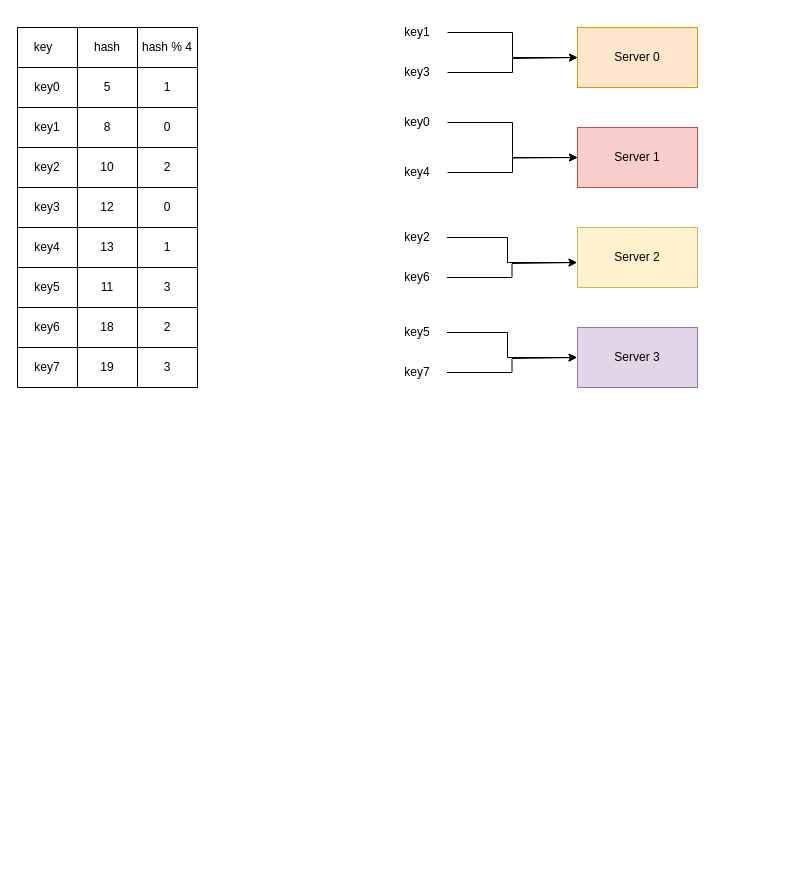
Before: basic_hashing.drawio in da0p/diagram-notes, a draw.io diagram. Source tidied: cells renumbered, new cells numbered last; positions are measured from the earlier drawing's top-left corner, leaving out a move shared by most shapes. Both pictures are drawn from the tidied source at 100%, with x=0, y=0 at pixel (17, 17).
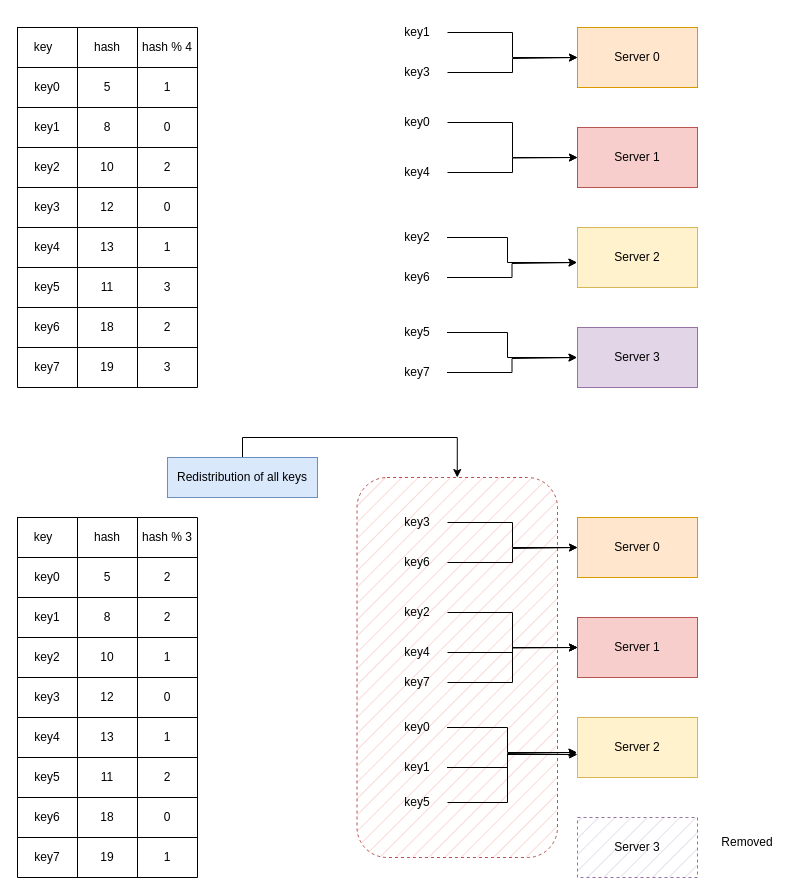
Above is the later version.

Diff of the diagram source:
```diff
@@
+    <mxCell id="59" style="rounded=1;whiteSpace=wrap;html=1;dashed=1;fillStyle=hatch;fillColor=#f8cecc;strokeColor=#b85450;" parent="1" vertex="1">
+      <mxGeometry x="339.5" y="460" width="200.5" height="380" as="geometry" />
+    </mxCell>
@@
+    <mxCell id="60" style="shape=table;startSize=0;childLayout=tableLayout;" parent="1" vertex="1">
+      <mxGeometry y="500" width="180" height="360" as="geometry" />
+    </mxCell>
+    <mxCell id="61" style="shape=tableRow;horizontal=0;startSize=0;swimlaneHead=0;swimlaneBody=0;strokeColor=inherit;top=0;left=0;bottom=0;right=0;fillColor=none;" parent="60" vertex="1">
+      <mxGeometry width="180" height="40" as="geometry" />
+    </mxCell>
+    <mxCell id="62" value="key&lt;span style=&quot;white-space: pre;&quot;&gt;&#9;&lt;/span&gt;" style="shape=partialRectangle;html=1;whiteSpace=wrap;strokeColor=inherit;overflow=hidden;fillColor=none;top=0;left=0;bottom=0;right=0;" parent="61" vertex="1">
+      <mxGeometry width="60" height="40" as="geometry" />
+    </mxCell>
+    <mxCell id="63" value="hash" style="shape=partialRectangle;html=1;whiteSpace=wrap;strokeColor=inherit;overflow=hidden;fillColor=none;top=0;left=0;bottom=0;right=0;" parent="61" vertex="1">
+      <mxGeometry x="60" width="60" height="40" as="geometry" />
+    </mxCell>
+    <mxCell id="64" value="hash % 3" style="shape=partialRectangle;html=1;whiteSpace=wrap;strokeColor=inherit;overflow=hidden;fillColor=none;top=0;left=0;bottom=0;right=0;" parent="61" vertex="1">
+      <mxGeometry x="120" width="60" height="40" as="geometry" />
+    </mxCell>
+    <mxCell id="65" style="shape=tableRow;horizontal=0;startSize=0;swimlaneHead=0;swimlaneBody=0;strokeColor=inherit;top=0;left=0;bottom=0;right=0;fillColor=none;" parent="60" vertex="1">
+      <mxGeometry y="40" width="180" height="40" as="geometry" />
+    </mxCell>
+    <mxCell id="66" value="key0" style="shape=partialRectangle;html=1;whiteSpace=wrap;strokeColor=inherit;overflow=hidden;fillColor=none;top=0;left=0;bottom=0;right=0;" parent="65" vertex="1">
+      <mxGeometry width="60" height="40" as="geometry" />
+    </mxCell>
+    <mxCell id="67" value="5" style="shape=partialRectangle;html=1;whiteSpace=wrap;strokeColor=inherit;overflow=hidden;fillColor=none;top=0;left=0;bottom=0;right=0;" parent="65" vertex="1">
+      <mxGeometry x="60" width="60" height="40" as="geometry" />
+    </mxCell>
+    <mxCell id="68" value="2" style="shape=partialRectangle;html=1;whiteSpace=wrap;strokeColor=inherit;overflow=hidden;fillColor=none;top=0;left=0;bottom=0;right=0;" parent="65" vertex="1">
+      <mxGeometry x="120" width="60" height="40" as="geometry" />
+    </mxCell>
+    <mxCell id="69" style="shape=tableRow;horizontal=0;startSize=0;swimlaneHead=0;swimlaneBody=0;strokeColor=inherit;top=0;left=0;bottom=0;right=0;fillColor=none;" parent="60" vertex="1">
+      <mxGeometry y="80" width="180" height="40" as="geometry" />
+    </mxCell>
+    <mxCell id="70" value="key1" style="shape=partialRectangle;html=1;whiteSpace=wrap;strokeColor=inherit;overflow=hidden;fillColor=none;top=0;left=0;bottom=0;right=0;" parent="69" vertex="1">
+      <mxGeometry width="60" height="40" as="geometry" />
+    </mxCell>
+    <mxCell id="71" value="8" style="shape=partialRectangle;html=1;whiteSpace=wrap;strokeColor=inherit;overflow=hidden;fillColor=none;top=0;left=0;bottom=0;right=0;" parent="69" vertex="1">
+      <mxGeometry x="60" width="60" height="40" as="geometry" />
+    </mxCell>
+    <mxCell id="72" value="2" style="shape=partialRectangle;html=1;whiteSpace=wrap;strokeColor=inherit;overflow=hidden;fillColor=none;top=0;left=0;bottom=0;right=0;" parent="69" vertex="1">
+      <mxGeometry x="120" width="60" height="40" as="geometry" />
+    </mxCell>
+    <mxCell id="73" style="shape=tableRow;horizontal=0;startSize=0;swimlaneHead=0;swimlaneBody=0;strokeColor=inherit;top=0;left=0;bottom=0;right=0;fillColor=none;" parent="60" vertex="1">
+      <mxGeometry y="120" width="180" height="40" as="geometry" />
+    </mxCell>
+    <mxCell id="74" value="key2" style="shape=partialRectangle;html=1;whiteSpace=wrap;strokeColor=inherit;overflow=hidden;fillColor=none;top=0;left=0;bottom=0;right=0;" parent="73" vertex="1">
+      <mxGeometry width="60" height="40" as="geometry" />
+    </mxCell>
+    <mxCell id="75" value="10" style="shape=partialRectangle;html=1;whiteSpace=wrap;strokeColor=inherit;overflow=hidden;fillColor=none;top=0;left=0;bottom=0;right=0;" parent="73" vertex="1">
+      <mxGeometry x="60" width="60" height="40" as="geometry" />
+    </mxCell>
+    <mxCell id="76" value="1" style="shape=partialRectangle;html=1;whiteSpace=wrap;strokeColor=inherit;overflow=hidden;fillColor=none;top=0;left=0;bottom=0;right=0;" parent="73" vertex="1">
+      <mxGeometry x="120" width="60" height="40" as="geometry" />
+    </mxCell>
+    <mxCell id="77" style="shape=tableRow;horizontal=0;startSize=0;swimlaneHead=0;swimlaneBody=0;strokeColor=inherit;top=0;left=0;bottom=0;right=0;fillColor=none;" parent="60" vertex="1">
+      <mxGeometry y="160" width="180" height="40" as="geometry" />
+    </mxCell>
+    <mxCell id="78" value="key3" style="shape=partialRectangle;html=1;whiteSpace=wrap;strokeColor=inherit;overflow=hidden;fillColor=none;top=0;left=0;bottom=0;right=0;" parent="77" vertex="1">
+      <mxGeometry width="60" height="40" as="geometry" />
+    </mxCell>
+    <mxCell id="79" value="12" style="shape=partialRectangle;html=1;whiteSpace=wrap;strokeColor=inherit;overflow=hidden;fillColor=none;top=0;left=0;bottom=0;right=0;" parent="77" vertex="1">
+      <mxGeometry x="60" width="60" height="40" as="geometry" />
+    </mxCell>
+    <mxCell id="80" value="0" style="shape=partialRectangle;html=1;whiteSpace=wrap;strokeColor=inherit;overflow=hidden;fillColor=none;top=0;left=0;bottom=0;right=0;" parent="77" vertex="1">
+      <mxGeometry x="120" width="60" height="40" as="geometry" />
+    </mxCell>
+    <mxCell id="81" style="shape=tableRow;horizontal=0;startSize=0;swimlaneHead=0;swimlaneBody=0;strokeColor=inherit;top=0;left=0;bottom=0;right=0;fillColor=none;" parent="60" vertex="1">
+      <mxGeometry y="200" width="180" height="40" as="geometry" />
+    </mxCell>
+    <mxCell id="82" value="key4" style="shape=partialRectangle;html=1;whiteSpace=wrap;strokeColor=inherit;overflow=hidden;fillColor=none;top=0;left=0;bottom=0;right=0;" parent="81" vertex="1">
+      <mxGeometry width="60" height="40" as="geometry" />
+    </mxCell>
+    <mxCell id="83" value="13" style="shape=partialRectangle;html=1;whiteSpace=wrap;strokeColor=inherit;overflow=hidden;fillColor=none;top=0;left=0;bottom=0;right=0;" parent="81" vertex="1">
+      <mxGeometry x="60" width="60" height="40" as="geometry" />
+    </mxCell>
+    <mxCell id="84" value="1" style="shape=partialRectangle;html=1;whiteSpace=wrap;strokeColor=inherit;overflow=hidden;fillColor=none;top=0;left=0;bottom=0;right=0;" parent="81" vertex="1">
+      <mxGeometry x="120" width="60" height="40" as="geometry" />
+    </mxCell>
+    <mxCell id="85" style="shape=tableRow;horizontal=0;startSize=0;swimlaneHead=0;swimlaneBody=0;strokeColor=inherit;top=0;left=0;bottom=0;right=0;fillColor=none;" parent="60" vertex="1">
+      <mxGeometry y="240" width="180" height="40" as="geometry" />
+    </mxCell>
+    <mxCell id="86" value="key5" style="shape=partialRectangle;html=1;whiteSpace=wrap;strokeColor=inherit;overflow=hidden;fillColor=none;top=0;left=0;bottom=0;right=0;" parent="85" vertex="1">
+      <mxGeometry width="60" height="40" as="geometry" />
+    </mxCell>
+    <mxCell id="87" value="11" style="shape=partialRectangle;html=1;whiteSpace=wrap;strokeColor=inherit;overflow=hidden;fillColor=none;top=0;left=0;bottom=0;right=0;" parent="85" vertex="1">
+      <mxGeometry x="60" width="60" height="40" as="geometry" />
+    </mxCell>
+    <mxCell id="88" value="2" style="shape=partialRectangle;html=1;whiteSpace=wrap;strokeColor=inherit;overflow=hidden;fillColor=none;top=0;left=0;bottom=0;right=0;" parent="85" vertex="1">
+      <mxGeometry x="120" width="60" height="40" as="geometry" />
+    </mxCell>
+    <mxCell id="89" style="shape=tableRow;horizontal=0;startSize=0;swimlaneHead=0;swimlaneBody=0;strokeColor=inherit;top=0;left=0;bottom=0;right=0;fillColor=none;" parent="60" vertex="1">
+      <mxGeometry y="280" width="180" height="40" as="geometry" />
+    </mxCell>
+    <mxCell id="90" value="key6" style="shape=partialRectangle;html=1;whiteSpace=wrap;strokeColor=inherit;overflow=hidden;fillColor=none;top=0;left=0;bottom=0;right=0;" parent="89" vertex="1">
+      <mxGeometry width="60" height="40" as="geometry" />
+    </mxCell>
+    <mxCell id="91" value="18" style="shape=partialRectangle;html=1;whiteSpace=wrap;strokeColor=inherit;overflow=hidden;fillColor=none;top=0;left=0;bottom=0;right=0;" parent="89" vertex="1">
+      <mxGeometry x="60" width="60" height="40" as="geometry" />
+    </mxCell>
+    <mxCell id="92" value="0" style="shape=partialRectangle;html=1;whiteSpace=wrap;strokeColor=inherit;overflow=hidden;fillColor=none;top=0;left=0;bottom=0;right=0;" parent="89" vertex="1">
+      <mxGeometry x="120" width="60" height="40" as="geometry" />
+    </mxCell>
+    <mxCell id="93" style="shape=tableRow;horizontal=0;startSize=0;swimlaneHead=0;swimlaneBody=0;strokeColor=inherit;top=0;left=0;bottom=0;right=0;fillColor=none;" parent="60" vertex="1">
+      <mxGeometry y="320" width="180" height="40" as="geometry" />
+    </mxCell>
+    <mxCell id="94" value="key7" style="shape=partialRectangle;html=1;whiteSpace=wrap;strokeColor=inherit;overflow=hidden;fillColor=none;top=0;left=0;bottom=0;right=0;" parent="93" vertex="1">
+      <mxGeometry width="60" height="40" as="geometry" />
+    </mxCell>
+    <mxCell id="95" value="19" style="shape=partialRectangle;html=1;whiteSpace=wrap;strokeColor=inherit;overflow=hidden;fillColor=none;top=0;left=0;bottom=0;right=0;" parent="93" vertex="1">
+      <mxGeometry x="60" width="60" height="40" as="geometry" />
+    </mxCell>
+    <mxCell id="96" value="1" style="shape=partialRectangle;html=1;whiteSpace=wrap;strokeColor=inherit;overflow=hidden;fillColor=none;top=0;left=0;bottom=0;right=0;" parent="93" vertex="1">
+      <mxGeometry x="120" width="60" height="40" as="geometry" />
+    </mxCell>
+    <mxCell id="97" value="Server 0" style="rounded=0;whiteSpace=wrap;html=1;fillColor=#ffe6cc;strokeColor=#d79b00;" parent="1" vertex="1">
+      <mxGeometry x="560" y="500" width="120" height="60" as="geometry" />
+    </mxCell>
+    <mxCell id="98" value="Server 1" style="rounded=0;whiteSpace=wrap;html=1;fillColor=#f8cecc;strokeColor=#b85450;" parent="1" vertex="1">
+      <mxGeometry x="560" y="600" width="120" height="60" as="geometry" />
+    </mxCell>
+    <mxCell id="99" value="Server 2" style="rounded=0;whiteSpace=wrap;html=1;fillColor=#fff2cc;strokeColor=#d6b656;" parent="1" vertex="1">
+      <mxGeometry x="560" y="700" width="120" height="60" as="geometry" />
+    </mxCell>
+    <mxCell id="100" value="Server 3" style="rounded=0;whiteSpace=wrap;html=1;fillColor=#e1d5e7;strokeColor=#9673a6;dashed=1;fillStyle=hatch;" parent="1" vertex="1">
+      <mxGeometry x="560" y="800" width="120" height="60" as="geometry" />
+    </mxCell>
+    <mxCell id="101" style="edgeStyle=orthogonalEdgeStyle;rounded=0;jettySize=auto;html=1;exitX=1;exitY=0.5;exitDx=0;exitDy=0;entryX=0;entryY=0.5;entryDx=0;entryDy=0;" parent="1" edge="1" source="102" target="97">
+      <mxGeometry relative="1" as="geometry" />
+    </mxCell>
+    <mxCell id="102" value="key3" style="text;html=1;align=center;verticalAlign=middle;whiteSpace=wrap;rounded=0;" parent="1" vertex="1">
+      <mxGeometry x="370" y="490" width="60" height="30" as="geometry" />
+    </mxCell>
+    <mxCell id="103" style="edgeStyle=orthogonalEdgeStyle;rounded=0;jettySize=auto;html=1;exitX=1;exitY=0.5;exitDx=0;exitDy=0;" parent="1" edge="1" source="104">
+      <mxGeometry relative="1" as="geometry">
+        <mxPoint x="560" y="530" as="targetPoint" />
+        <Array as="points">
+          <mxPoint x="495" y="545" />
+          <mxPoint x="495" y="531" />
+        </Array>
+      </mxGeometry>
+    </mxCell>
+    <mxCell id="104" value="key6" style="text;html=1;align=center;verticalAlign=middle;whiteSpace=wrap;rounded=0;" parent="1" vertex="1">
+      <mxGeometry x="370" y="530" width="60" height="30" as="geometry" />
+    </mxCell>
+    <mxCell id="105" style="edgeStyle=orthogonalEdgeStyle;rounded=0;jettySize=auto;html=1;exitX=1;exitY=0.5;exitDx=0;exitDy=0;entryX=0;entryY=0.5;entryDx=0;entryDy=0;" parent="1" edge="1" source="106" target="98">
+      <mxGeometry relative="1" as="geometry" />
+    </mxCell>
+    <mxCell id="106" value="key2" style="text;html=1;align=center;verticalAlign=middle;whiteSpace=wrap;rounded=0;" parent="1" vertex="1">
+      <mxGeometry x="370" y="580" width="60" height="30" as="geometry" />
+    </mxCell>
+    <mxCell id="107" style="edgeStyle=orthogonalEdgeStyle;rounded=0;jettySize=auto;html=1;" parent="1" edge="1" source="108">
+      <mxGeometry relative="1" as="geometry">
+        <mxPoint x="560" y="630" as="targetPoint" />
+      </mxGeometry>
+    </mxCell>
+    <mxCell id="108" value="key4" style="text;html=1;align=center;verticalAlign=middle;whiteSpace=wrap;rounded=0;" parent="1" vertex="1">
+      <mxGeometry x="370" y="620" width="60" height="30" as="geometry" />
+    </mxCell>
+    <mxCell id="109" style="edgeStyle=orthogonalEdgeStyle;rounded=0;jettySize=auto;html=1;exitX=1;exitY=0.5;exitDx=0;exitDy=0;entryX=0;entryY=0.5;entryDx=0;entryDy=0;" parent="1" edge="1" source="110">
+      <mxGeometry relative="1" as="geometry">
+        <mxPoint x="559.5" y="735" as="targetPoint" />
+        <Array as="points">
+          <mxPoint x="490" y="710" />
+          <mxPoint x="490" y="735" />
+        </Array>
+      </mxGeometry>
+    </mxCell>
+    <mxCell id="110" value="key0" style="text;html=1;align=center;verticalAlign=middle;whiteSpace=wrap;rounded=0;" parent="1" vertex="1">
+      <mxGeometry x="369.5" y="695" width="60" height="30" as="geometry" />
+    </mxCell>
+    <mxCell id="111" style="edgeStyle=orthogonalEdgeStyle;rounded=0;jettySize=auto;html=1;exitX=1;exitY=0.5;exitDx=0;exitDy=0;" parent="1" edge="1" source="112">
+      <mxGeometry relative="1" as="geometry">
+        <mxPoint x="559.5" y="735" as="targetPoint" />
+        <Array as="points">
+          <mxPoint x="490" y="750" />
+          <mxPoint x="490" y="736" />
+        </Array>
+      </mxGeometry>
+    </mxCell>
+    <mxCell id="112" value="key1" style="text;html=1;align=center;verticalAlign=middle;whiteSpace=wrap;rounded=0;" parent="1" vertex="1">
+      <mxGeometry x="369.5" y="735" width="60" height="30" as="geometry" />
+    </mxCell>
+    <mxCell id="113" value="Removed" style="text;html=1;align=center;verticalAlign=middle;whiteSpace=wrap;rounded=0;" parent="1" vertex="1">
+      <mxGeometry x="700" y="810" width="60" height="30" as="geometry" />
+    </mxCell>
+    <mxCell id="114" value="key5" style="text;html=1;align=center;verticalAlign=middle;whiteSpace=wrap;rounded=0;" parent="1" vertex="1">
+      <mxGeometry x="370" y="770" width="60" height="30" as="geometry" />
+    </mxCell>
+    <mxCell id="115" style="edgeStyle=orthogonalEdgeStyle;rounded=0;jettySize=auto;html=1;exitX=1;exitY=0.5;exitDx=0;exitDy=0;entryX=0;entryY=0.617;entryDx=0;entryDy=0;entryPerimeter=0;" parent="1" edge="1" source="114" target="99">
+      <mxGeometry relative="1" as="geometry">
+        <Array as="points">
+          <mxPoint x="490" y="785" />
+          <mxPoint x="490" y="737" />
+        </Array>
+      </mxGeometry>
+    </mxCell>
+    <mxCell id="116" style="edgeStyle=orthogonalEdgeStyle;rounded=0;jettySize=auto;html=1;entryX=0;entryY=0.5;entryDx=0;entryDy=0;" parent="1" edge="1" source="117" target="98">
+      <mxGeometry relative="1" as="geometry" />
+    </mxCell>
+    <mxCell id="117" value="key7" style="text;html=1;align=center;verticalAlign=middle;whiteSpace=wrap;rounded=0;" parent="1" vertex="1">
+      <mxGeometry x="370" y="650" width="60" height="30" as="geometry" />
+    </mxCell>
+    <mxCell id="118" style="edgeStyle=orthogonalEdgeStyle;rounded=0;jettySize=auto;html=1;entryX=0.5;entryY=0;entryDx=0;entryDy=0;exitX=0.5;exitY=0;exitDx=0;exitDy=0;" parent="1" edge="1" source="119" target="59">
+      <mxGeometry relative="1" as="geometry" />
+    </mxCell>
+    <mxCell id="119" value="Redistribution of all keys" style="text;html=1;align=center;verticalAlign=middle;whiteSpace=wrap;rounded=0;fillColor=#dae8fc;strokeColor=#6c8ebf;" parent="1" vertex="1">
+      <mxGeometry x="150" y="440" width="150" height="40" as="geometry" />
+    </mxCell>
```
